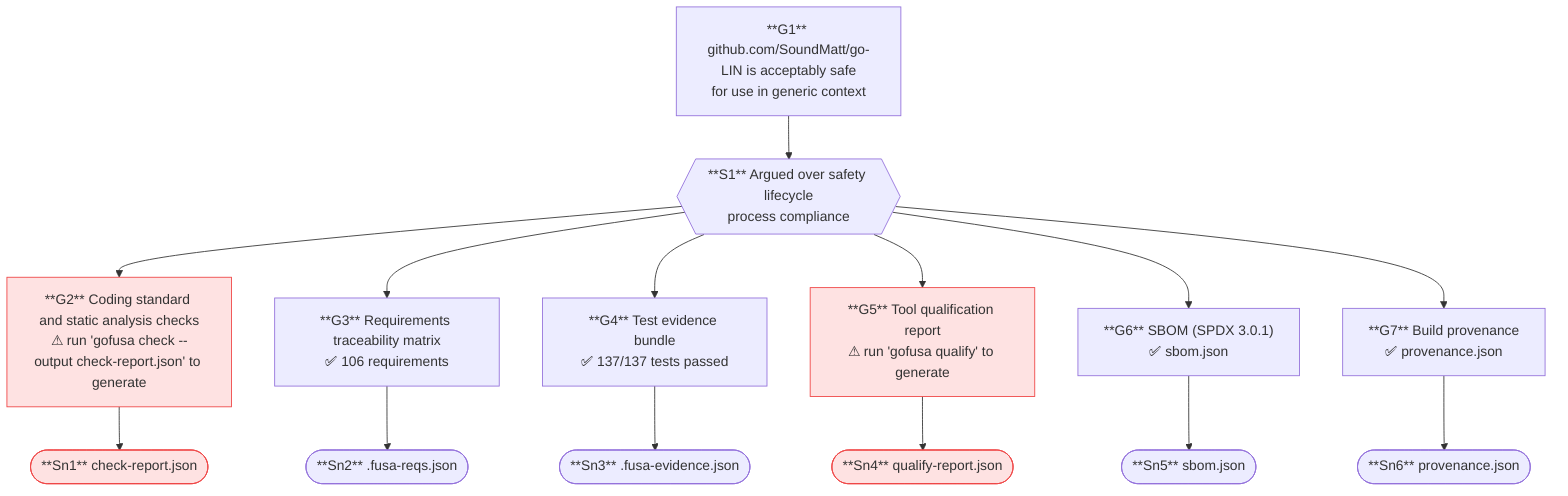
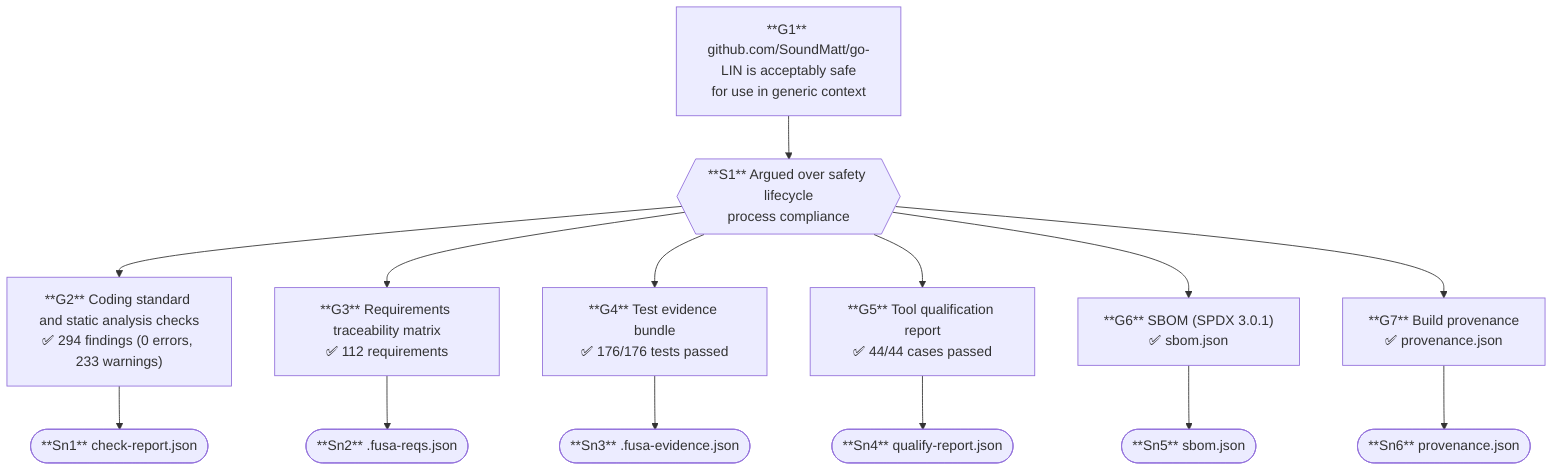
flowchart TD
    G1["**G1** github.com/SoundMatt/go-LIN is acceptably safe\nfor use in generic context"]
    S1{{"**S1** Argued over safety lifecycle\nprocess compliance"}}
-     G2["**G2** Coding standard and static analysis checks\n⚠ run 'gofusa check --output check-report.json' to generate"]
+     G2["**G2** Coding standard and static analysis checks\n✅ 294 findings (0 errors, 233 warnings)"]
    Sn1(["**Sn1** check-report.json"])
-     G3["**G3** Requirements traceability matrix\n✅ 106 requirements"]
+     G3["**G3** Requirements traceability matrix\n✅ 112 requirements"]
    Sn2(["**Sn2** .fusa-reqs.json"])
-     G4["**G4** Test evidence bundle\n✅ 137/137 tests passed"]
+     G4["**G4** Test evidence bundle\n✅ 176/176 tests passed"]
    Sn3(["**Sn3** .fusa-evidence.json"])
-     G5["**G5** Tool qualification report\n⚠ run 'gofusa qualify' to generate"]
+     G5["**G5** Tool qualification report\n✅ 44/44 cases passed"]
    Sn4(["**Sn4** qualify-report.json"])
    G6["**G6** SBOM (SPDX 3.0.1)\n✅ sbom.json"]
    Sn5(["**Sn5** sbom.json"])
    G7["**G7** Build provenance\n✅ provenance.json"]
    Sn6(["**Sn6** provenance.json"])
    G1 --> S1
    S1 --> G2
    S1 --> G3
    S1 --> G4
    S1 --> G5
    S1 --> G6
    S1 --> G7
    G2 --> Sn1
    G3 --> Sn2
    G4 --> Sn3
    G5 --> Sn4
    G6 --> Sn5
    G7 --> Sn6
-     style G2 fill:#fee2e2,stroke:#ef4444
-     style Sn1 fill:#fee2e2,stroke:#ef4444
-     style G5 fill:#fee2e2,stroke:#ef4444
-     style Sn4 fill:#fee2e2,stroke:#ef4444
